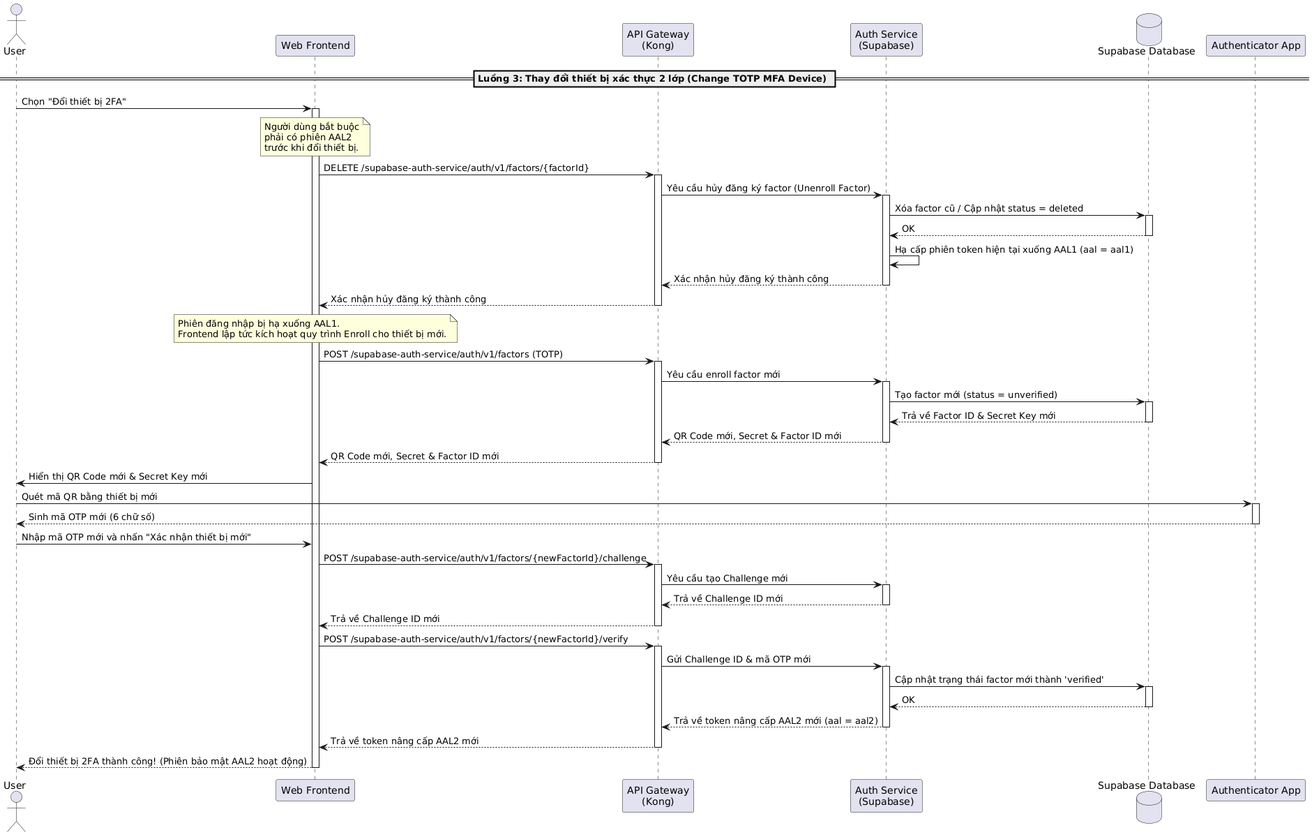
Before: latex/contents/Sequence/UML-Sequence-09.png, a diagram exported from PlantUML (20206205Tech/docs-latex).
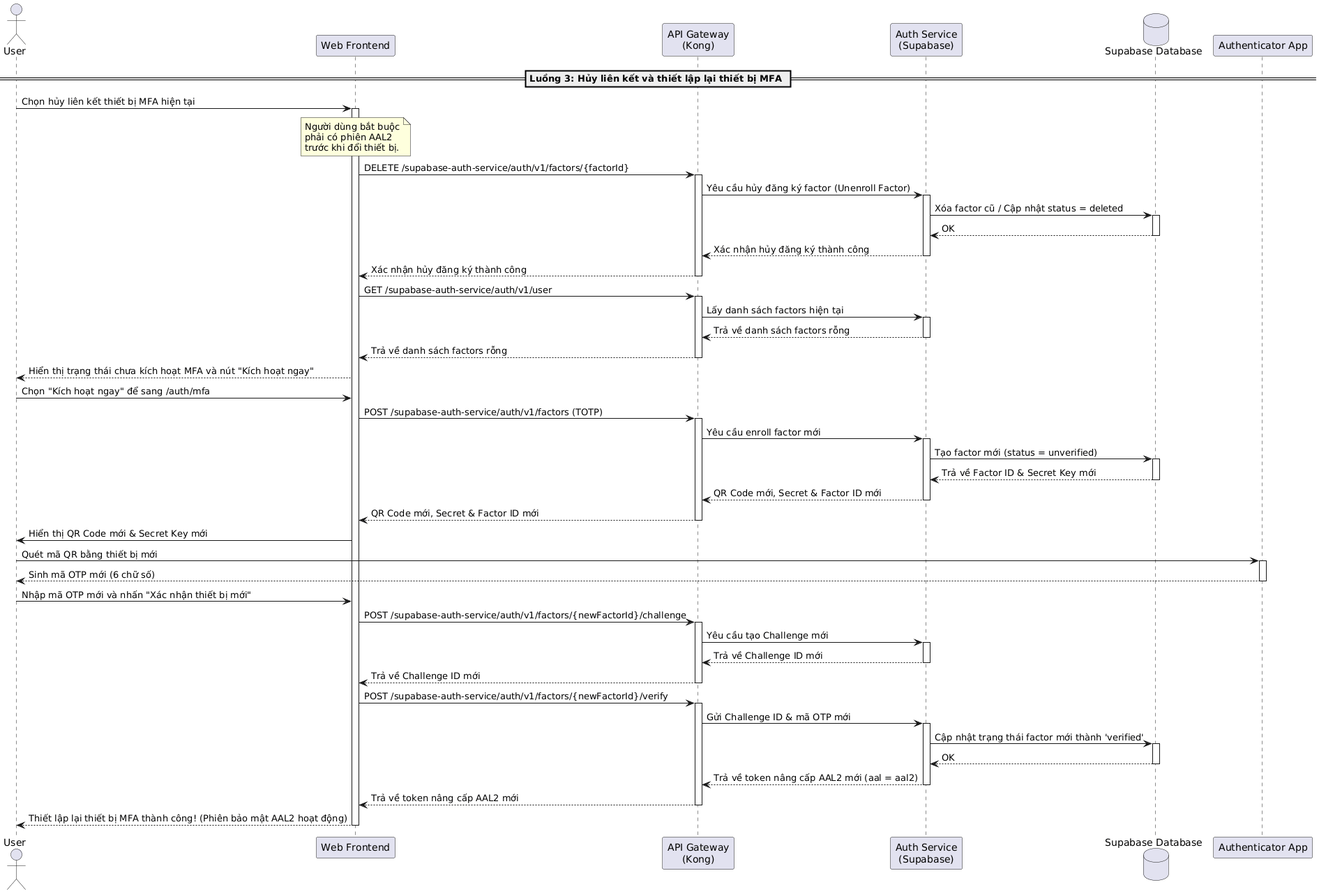
After the commit.

What changed in the source:
```diff
@@ -6,8 +6,8 @@
 database "Supabase Database" as DB
 participant "Authenticator App" as AuthApp
 
-== Luồng 3: Thay đổi thiết bị xác thực 2 lớp (Change TOTP MFA Device) ==
-User -> Frontend: Chọn "Đổi thiết bị 2FA"
+== Luồng 3: Hủy liên kết và thiết lập lại thiết bị MFA ==
+User -> Frontend: Chọn hủy liên kết thiết bị MFA hiện tại
 activate Frontend
 
 note over Frontend: Người dùng bắt buộc\nphải có phiên AAL2\ntrước khi đổi thiết bị.
@@ -20,13 +20,22 @@
 activate DB
 DB --> AuthService: OK
 deactivate DB
-AuthService -> AuthService: Hạ cấp phiên token hiện tại xuống AAL1 (aal = aal1)
 AuthService --> Kong: Xác nhận hủy đăng ký thành công
 deactivate AuthService
 Kong --> Frontend: Xác nhận hủy đăng ký thành công
 deactivate Kong
 
-note over Frontend: Phiên đăng nhập bị hạ xuống AAL1.\nFrontend lập tức kích hoạt quy trình Enroll cho thiết bị mới.
+Frontend -> Kong: GET /supabase-auth-service/auth/v1/user
+activate Kong
+Kong -> AuthService: Lấy danh sách factors hiện tại
+activate AuthService
+AuthService --> Kong: Trả về danh sách factors rỗng
+deactivate AuthService
+Kong --> Frontend: Trả về danh sách factors rỗng
+deactivate Kong
+
+Frontend --> User: Hiển thị trạng thái chưa kích hoạt MFA và nút "Kích hoạt ngay"
+User -> Frontend: Chọn "Kích hoạt ngay" để sang /auth/mfa
 
 Frontend -> Kong: POST /supabase-auth-service/auth/v1/factors (TOTP)
 activate Kong
@@ -70,6 +79,6 @@
 Kong --> Frontend: Trả về token nâng cấp AAL2 mới
 deactivate Kong
 
-Frontend --> User: Đổi thiết bị 2FA thành công! (Phiên bảo mật AAL2 hoạt động)
+Frontend --> User: Thiết lập lại thiết bị MFA thành công! (Phiên bảo mật AAL2 hoạt động)
 deactivate Frontend
 @enduml
```
